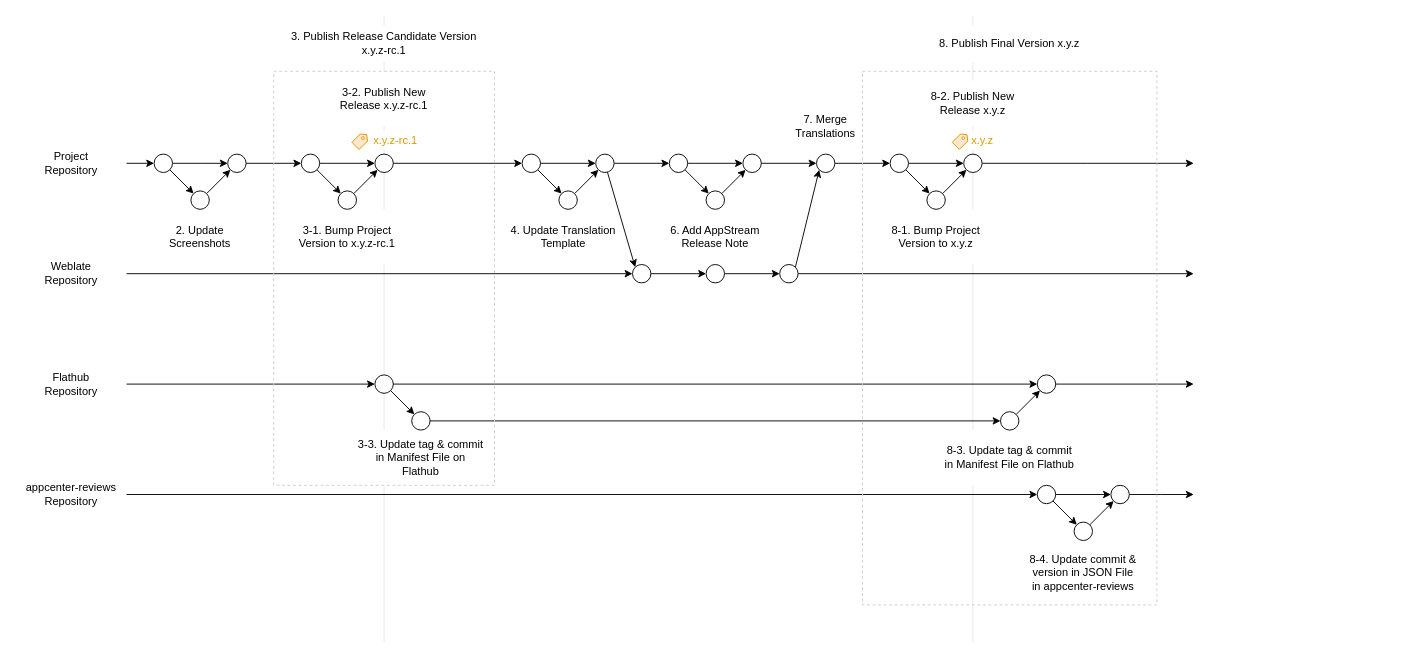
Above: docs/images/release_flow.drawio in ryonakano/reco (draw.io), before the change. Source tidied: cells renumbered, new cells numbered last; positions are measured from the earlier drawing's top-left corner, leaving out a move shared by most shapes. Both pictures are drawn from the tidied source at 92%, with x=0, y=0 at pixel (16, 16).
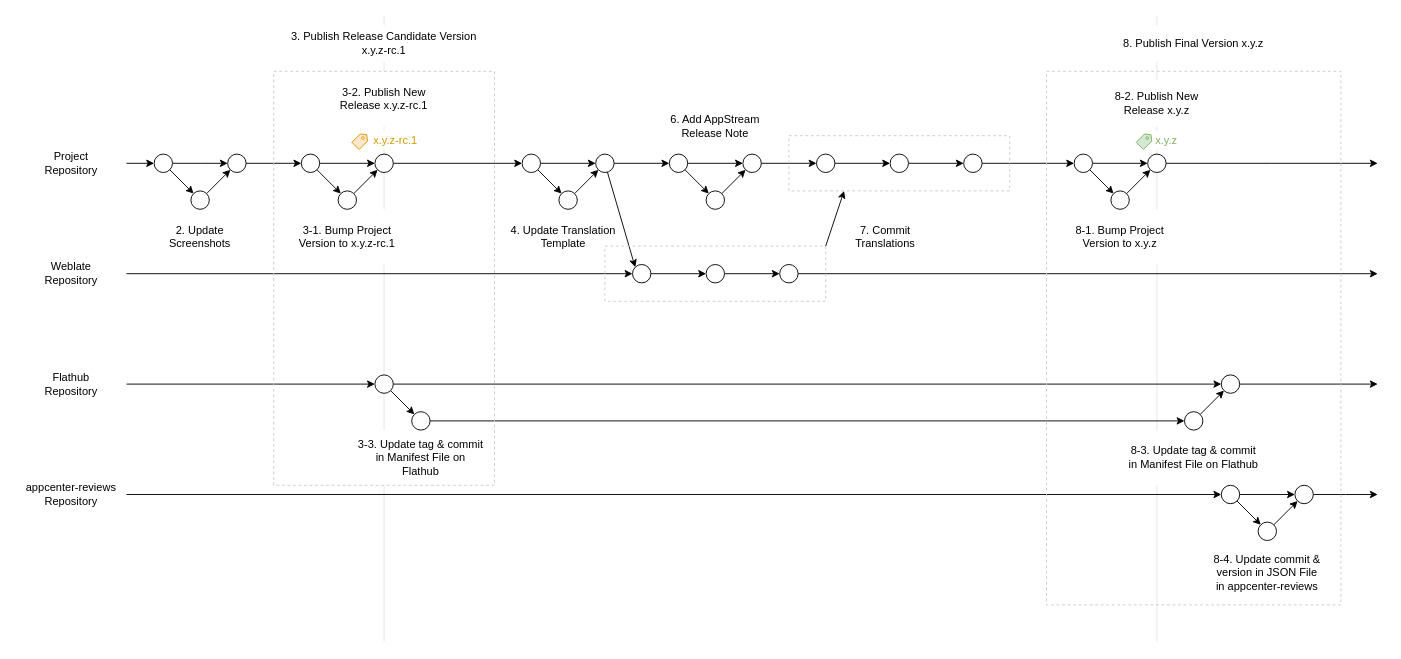
After the change.

Commit message (it also covers changes not shown here):
Update RELEASE_HOWTO (#514)

Unchanged cells that the change refers to:
```xml
<mxCell id="47" style="ellipse;whiteSpace=wrap;html=1;" parent="1" vertex="1">
  <mxGeometry x="870" y="150" width="20" height="20" as="geometry" />
</mxCell>
<mxCell id="50" style="ellipse;whiteSpace=wrap;html=1;" parent="1" vertex="1">
  <mxGeometry x="830" y="270" width="20" height="20" as="geometry" />
</mxCell>
```

Change to the diagram source:
```diff
@@
     <mxCell id="2" style="endArrow=none;html=1;strokeWidth=1;rounded=0;strokeColor=#E6E6E6;" parent="1" edge="1">
       <mxGeometry relative="1" as="geometry">
-        <mxPoint x="1040" y="680" as="sourcePoint" />
-        <mxPoint x="1040" as="targetPoint" />
+        <mxPoint x="1240" y="680" as="sourcePoint" />
+        <mxPoint x="1240" as="targetPoint" />
       </mxGeometry>
     </mxCell>
@@
     <mxCell id="4" value="&lt;div&gt;8-4. Update commit &amp;amp;&lt;/div&gt;&lt;div&gt;version in JSON File&lt;/div&gt;&lt;div&gt;in appcenter-reviews&lt;/div&gt;" style="text;html=1;whiteSpace=wrap;strokeColor=none;fillColor=#FFFFFF;align=center;verticalAlign=middle;rounded=0;" parent="1" vertex="1">
-      <mxGeometry x="1080" y="570" width="160" height="70" as="geometry" />
+      <mxGeometry x="1280" y="570" width="160" height="70" as="geometry" />
     </mxCell>
     <mxCell id="5" value="&lt;div&gt;8-3. Update tag &amp;amp; commit&lt;/div&gt;&lt;div&gt;in Manifest File on Flathub&lt;/div&gt;" style="text;html=1;whiteSpace=wrap;strokeColor=none;fillColor=#FFFFFF;align=center;verticalAlign=middle;rounded=0;" parent="1" vertex="1">
-      <mxGeometry x="990" y="450" width="180" height="60" as="geometry" />
+      <mxGeometry x="1190" y="450" width="180" height="60" as="geometry" />
     </mxCell>
     <mxCell id="6" value="&lt;div&gt;8-1. Bump Project Version to x.y.z&lt;/div&gt;" style="text;html=1;whiteSpace=wrap;strokeColor=none;fillColor=#FFFFFF;align=center;verticalAlign=middle;rounded=0;" parent="1" vertex="1">
-      <mxGeometry x="940" y="210" width="120" height="60" as="geometry" />
+      <mxGeometry x="1140" y="210" width="120" height="60" as="geometry" />
     </mxCell>
-    <mxCell id="7" value="&lt;div&gt;7. Merge Translations&lt;/div&gt;" style="text;html=1;whiteSpace=wrap;strokeColor=none;fillColor=#FFFFFF;align=center;verticalAlign=middle;rounded=0;" parent="1" vertex="1">
-      <mxGeometry x="835" y="90" width="90" height="60" as="geometry" />
+    <mxCell id="7" value="&lt;div&gt;7. Commit Translations&lt;/div&gt;" style="text;html=1;whiteSpace=wrap;strokeColor=none;fillColor=#FFFFFF;align=center;verticalAlign=middle;rounded=0;" parent="1" vertex="1">
+      <mxGeometry x="900" y="210" width="90" height="60" as="geometry" />
     </mxCell>
     <mxCell id="8" value="6. Add AppStream Release Note" style="text;html=1;whiteSpace=wrap;strokeColor=none;fillColor=#FFFFFF;align=center;verticalAlign=middle;rounded=0;" parent="1" vertex="1">
-      <mxGeometry x="690" y="210" width="140" height="60" as="geometry" />
+      <mxGeometry x="690" y="90" width="140" height="60" as="geometry" />
     </mxCell>
@@
-    <mxCell id="13" style="endArrow=classic;html=1;rounded=0;endFill=1;entryX=0;entryY=0.5;entryDx=0;entryDy=0;" parent="1" edge="1" source="47" target="56">
+    <mxCell id="13" style="endArrow=classic;html=1;rounded=0;endFill=1;entryX=0;entryY=0.5;entryDx=0;entryDy=0;exitX=1;exitY=0.5;exitDx=0;exitDy=0;" parent="1" edge="1" source="98" target="56">
       <mxGeometry relative="1" as="geometry" />
     </mxCell>
@@
-    <mxCell id="15" style="endArrow=classic;html=1;rounded=0;endFill=1;" parent="1" edge="1" source="50">
+    <mxCell id="15" style="endArrow=classic;html=1;rounded=0;endFill=1;exitX=1;exitY=0.5;exitDx=0;exitDy=0;" parent="1" edge="1" source="50">
       <mxGeometry relative="1" as="geometry">
-        <mxPoint x="1280" y="280" as="targetPoint" />
+        <mxPoint x="1480" y="280" as="targetPoint" />
       </mxGeometry>
     </mxCell>
@@
     <mxCell id="17" style="endArrow=classic;html=1;rounded=0;endFill=1;" parent="1" edge="1" source="74">
       <mxGeometry relative="1" as="geometry">
-        <mxPoint x="1280" y="400" as="targetPoint" />
+        <mxPoint x="1480" y="400" as="targetPoint" />
       </mxGeometry>
     </mxCell>
@@
     <mxCell id="20" style="endArrow=classic;html=1;rounded=0;endFill=1;" parent="1" edge="1" source="78">
       <mxGeometry relative="1" as="geometry">
-        <mxPoint x="1120" y="520" as="targetPoint" />
+        <mxPoint x="1320" y="520" as="targetPoint" />
       </mxGeometry>
     </mxCell>
@@
-    <mxCell id="49" style="rounded=0;jettySize=auto;html=1;entryX=0;entryY=1;entryDx=0;entryDy=0;exitX=1;exitY=0;exitDx=0;exitDy=0;" parent="1" edge="1" source="50" target="47">
-      <mxGeometry relative="1" as="geometry" />
-    </mxCell>
@@
     <mxCell id="56" style="ellipse;whiteSpace=wrap;html=1;" parent="1" vertex="1">
-      <mxGeometry x="950" y="150" width="20" height="20" as="geometry" />
+      <mxGeometry x="1150" y="150" width="20" height="20" as="geometry" />
     </mxCell>
     <mxCell id="57" style="ellipse;whiteSpace=wrap;html=1;" parent="1" vertex="1">
-      <mxGeometry x="990" y="190" width="20" height="20" as="geometry" />
+      <mxGeometry x="1190" y="190" width="20" height="20" as="geometry" />
     </mxCell>
@@
     <mxCell id="60" style="edgeStyle=orthogonalEdgeStyle;rounded=0;jettySize=auto;html=1;" parent="1" edge="1" source="61">
       <mxGeometry relative="1" as="geometry">
-        <mxPoint x="1280" y="160" as="targetPoint" />
+        <mxPoint x="1480" y="160" as="targetPoint" />
       </mxGeometry>
     </mxCell>
     <mxCell id="61" style="ellipse;whiteSpace=wrap;html=1;" parent="1" vertex="1">
-      <mxGeometry x="1030" y="150" width="20" height="20" as="geometry" />
+      <mxGeometry x="1230" y="150" width="20" height="20" as="geometry" />
     </mxCell>
-    <mxCell id="62" value="&lt;span style=&quot;color: rgb(215, 155, 0);&quot;&gt;x.y.z&lt;/span&gt;" style="text;html=1;whiteSpace=wrap;strokeColor=none;fillColor=default;align=center;verticalAlign=middle;rounded=0;" parent="1" vertex="1">
-      <mxGeometry x="1037.5" y="125" width="25" height="20" as="geometry" />
+    <mxCell id="62" value="&lt;span style=&quot;color: light-dark(rgb(130, 179, 102), rgb(153, 101, 0));&quot;&gt;x.y.z&lt;/span&gt;" style="text;html=1;whiteSpace=wrap;strokeColor=none;fillColor=default;align=center;verticalAlign=middle;rounded=0;" parent="1" vertex="1">
+      <mxGeometry x="1237.5" y="125" width="25" height="20" as="geometry" />
     </mxCell>
     <mxCell id="63" style="group;" parent="1" vertex="1">
-      <mxGeometry x="1017.5" y="125" width="20" height="20" as="geometry" />
+      <mxGeometry x="1217.5" y="125" width="20" height="20" as="geometry" />
     </mxCell>
-    <mxCell id="64" style="verticalLabelPosition=bottom;verticalAlign=top;html=1;shape=offPageConnector;rounded=0;size=0.25;rotation=-135;fillColor=#ffe6cc;strokeColor=#d79b00;" parent="63" vertex="1">
+    <mxCell id="64" style="verticalLabelPosition=bottom;verticalAlign=top;html=1;shape=offPageConnector;rounded=0;size=0.25;rotation=-135;fillColor=#d5e8d4;strokeColor=#82b366;" parent="63" vertex="1">
       <mxGeometry x="4.5" y="1.4" width="11" height="17.2" as="geometry" />
     </mxCell>
-    <mxCell id="65" style="ellipse;whiteSpace=wrap;html=1;fillColor=#FFFFFF;strokeColor=#d79b00;" parent="63" vertex="1">
+    <mxCell id="65" style="ellipse;whiteSpace=wrap;html=1;fillColor=#d5e8d4;strokeColor=#82b366;" parent="63" vertex="1">
       <mxGeometry x="10.5" y="6.1" width="3" height="3" as="geometry" />
     </mxCell>
@@
     <mxCell id="72" style="ellipse;whiteSpace=wrap;html=1;" parent="1" vertex="1">
-      <mxGeometry x="1070" y="430" width="20" height="20" as="geometry" />
+      <mxGeometry x="1270" y="430" width="20" height="20" as="geometry" />
     </mxCell>
@@
     <mxCell id="74" style="ellipse;whiteSpace=wrap;html=1;" parent="1" vertex="1">
-      <mxGeometry x="1110" y="390" width="20" height="20" as="geometry" />
+      <mxGeometry x="1310" y="390" width="20" height="20" as="geometry" />
     </mxCell>
@@
     <mxCell id="76" style="edgeStyle=orthogonalEdgeStyle;rounded=0;jettySize=auto;html=1;" parent="1" edge="1" source="82">
       <mxGeometry relative="1" as="geometry">
-        <mxPoint x="1280" y="520" as="targetPoint" />
+        <mxPoint x="1480" y="520" as="targetPoint" />
       </mxGeometry>
     </mxCell>
@@
     <mxCell id="78" style="ellipse;whiteSpace=wrap;html=1;" parent="1" vertex="1">
-      <mxGeometry x="1110" y="510" width="20" height="20" as="geometry" />
+      <mxGeometry x="1310" y="510" width="20" height="20" as="geometry" />
     </mxCell>
@@
     <mxCell id="80" style="ellipse;whiteSpace=wrap;html=1;" parent="1" vertex="1">
-      <mxGeometry x="1150" y="550" width="20" height="20" as="geometry" />
+      <mxGeometry x="1350" y="550" width="20" height="20" as="geometry" />
     </mxCell>
@@
     <mxCell id="82" style="ellipse;whiteSpace=wrap;html=1;" parent="1" vertex="1">
-      <mxGeometry x="1190" y="510" width="20" height="20" as="geometry" />
+      <mxGeometry x="1390" y="510" width="20" height="20" as="geometry" />
     </mxCell>
@@
     <mxCell id="92" value="&lt;div&gt;8-2. Publish New Release x.y.z&lt;/div&gt;" style="text;html=1;whiteSpace=wrap;strokeColor=none;fillColor=#FFFFFF;align=center;verticalAlign=middle;rounded=0;" parent="1" vertex="1">
-      <mxGeometry x="970" y="70" width="140" height="50" as="geometry" />
+      <mxGeometry x="1170" y="70" width="140" height="50" as="geometry" />
     </mxCell>
@@
     <mxCell id="94" value="8. Publish Final Version x.y.z" style="text;html=1;whiteSpace=wrap;strokeColor=none;fillColor=#FFFFFF;align=center;verticalAlign=middle;rounded=0;" parent="1" vertex="1">
-      <mxGeometry x="970" y="10" width="220" height="40" as="geometry" />
+      <mxGeometry x="1170" y="10" width="220" height="40" as="geometry" />
     </mxCell>
@@
+    <mxCell id="97" style="endArrow=classic;html=1;rounded=0;endFill=1;" parent="1" edge="1" source="100" target="98">
+      <mxGeometry relative="1" as="geometry" />
+    </mxCell>
+    <mxCell id="98" style="ellipse;whiteSpace=wrap;html=1;" parent="1" vertex="1">
+      <mxGeometry x="1030" y="150" width="20" height="20" as="geometry" />
+    </mxCell>
+    <mxCell id="99" style="endArrow=classic;html=1;rounded=0;endFill=1;exitX=1;exitY=0.5;exitDx=0;exitDy=0;" parent="1" edge="1" target="100">
+      <mxGeometry relative="1" as="geometry">
+        <mxPoint x="890" y="160" as="sourcePoint" />
+      </mxGeometry>
+    </mxCell>
+    <mxCell id="100" style="ellipse;whiteSpace=wrap;html=1;" parent="1" vertex="1">
+      <mxGeometry x="950" y="150" width="20" height="20" as="geometry" />
+    </mxCell>
+    <mxCell id="101" style="rounded=0;jettySize=auto;html=1;entryX=0.25;entryY=1;entryDx=0;entryDy=0;exitX=1;exitY=0;exitDx=0;exitDy=0;" parent="1" edge="1" source="103" target="102">
+      <mxGeometry relative="1" as="geometry" />
+    </mxCell>
     <mxCell id="96" style="rounded=0;whiteSpace=wrap;html=1;fillColor=none;dashed=1;strokeColor=#CCCCCC;" parent="1" vertex="1">
-      <mxGeometry x="920" y="60" width="320" height="580" as="geometry" />
+      <mxGeometry x="1120" y="60" width="320" height="580" as="geometry" />
     </mxCell>
+    <mxCell id="102" style="rounded=0;whiteSpace=wrap;html=1;fillColor=none;dashed=1;strokeColor=#CCCCCC;" parent="1" vertex="1">
+      <mxGeometry x="840" y="130" width="240" height="60" as="geometry" />
+    </mxCell>
+    <mxCell id="103" style="rounded=0;whiteSpace=wrap;html=1;fillColor=none;dashed=1;strokeColor=#CCCCCC;" parent="1" vertex="1">
+      <mxGeometry x="640" y="250" width="240" height="60" as="geometry" />
+    </mxCell>
```
